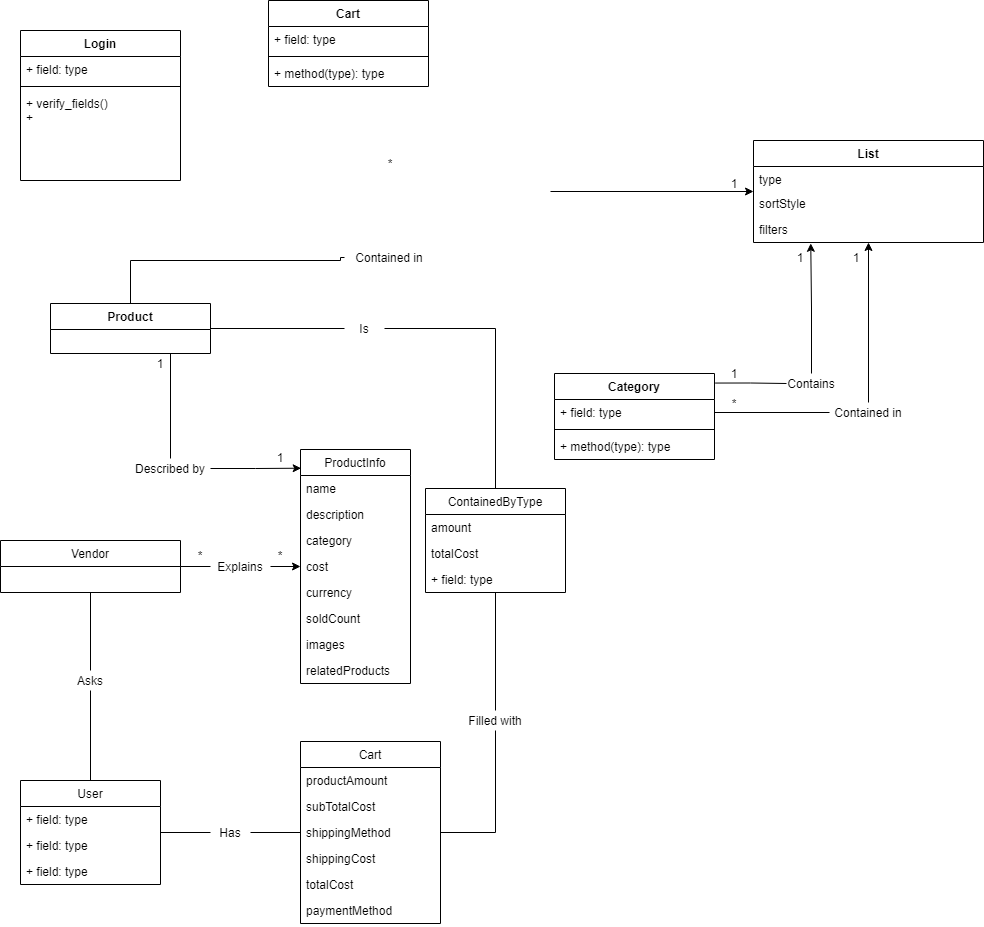
Before: Diagrama de clases Obligatorio.png, a diagram exported from draw.io (ezio815/obligatorio_jap). Source tidied: cells renumbered, new cells last; positions are measured from the earlier drawing's top-left corner, leaving out a move shared by most shapes.
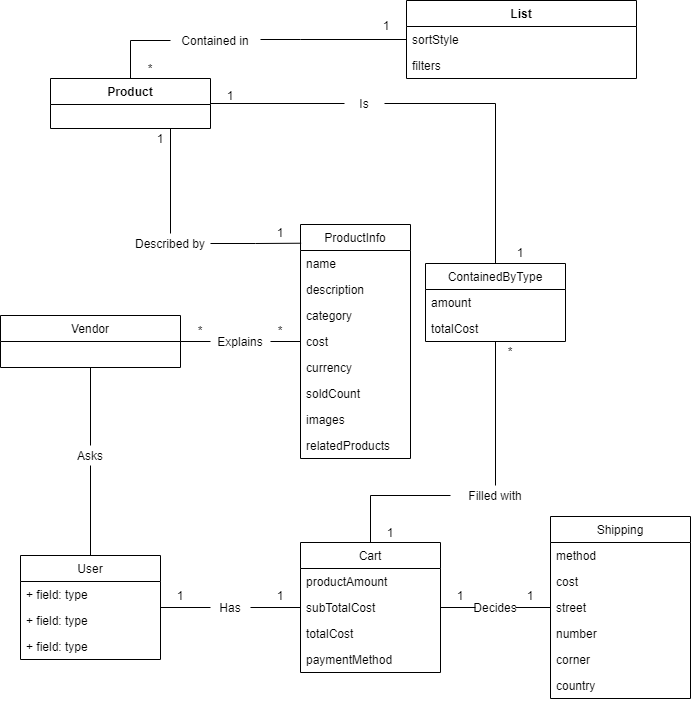
After the commit.

What changed in the source:
```diff
@@ -4,14 +4,9 @@
     <mxCell id="1" parent="0" />
-    <mxCell id="2" value="Login" style="swimlane;fontStyle=1;align=center;verticalAlign=top;horizontal=1;startSize=26;" parent="1" vertex="1">
-      <mxGeometry x="20" y="30" width="160" height="150" as="geometry" />
-    </mxCell>
-    <mxCell id="3" value="+ field: type" style="text;strokeColor=none;fillColor=none;align=left;verticalAlign=top;spacingLeft=4;spacingRight=4;overflow=hidden;" parent="2" vertex="1">
-      <mxGeometry y="26" width="160" height="26" as="geometry" />
-    </mxCell>
-    <mxCell id="4" style="line;strokeWidth=1;fillColor=none;align=left;verticalAlign=middle;spacingTop=-1;spacingLeft=3;spacingRight=3;labelPosition=right;" parent="2" vertex="1">
-      <mxGeometry y="52" width="160" height="8" as="geometry" />
-    </mxCell>
-    <mxCell id="5" value="+ verify_fields()&#10;+" style="text;strokeColor=none;fillColor=none;align=left;verticalAlign=top;spacingLeft=4;spacingRight=4;overflow=hidden;" parent="2" vertex="1">
-      <mxGeometry y="60" width="160" height="90" as="geometry" />
-    </mxCell>
+    <mxCell id="23" style="edgeStyle=orthogonalEdgeStyle;rounded=0;jettySize=auto;html=1;fontSize=12;endArrow=none;endFill=0;strokeColor=#000000;" parent="1" edge="1" source="6" target="22">
+      <mxGeometry relative="1" as="geometry">
+        <Array as="points">
+          <mxPoint x="130" y="265" />
+        </Array>
+      </mxGeometry>
+    </mxCell>
     <mxCell id="6" value="Product" style="swimlane;fontStyle=1;align=center;verticalAlign=top;horizontal=1;startSize=26;" parent="1" vertex="1">
@@ -20,37 +15,10 @@
     <mxCell id="7" value="List" style="swimlane;fontStyle=1;align=center;verticalAlign=top;horizontal=1;startSize=26;" parent="1" vertex="1">
-      <mxGeometry x="753" y="140" width="230" height="102" as="geometry" />
+      <mxGeometry x="406" y="225" width="230" height="78" as="geometry" />
     </mxCell>
-    <mxCell id="8" value="type" style="text;strokeColor=none;fillColor=none;align=left;verticalAlign=top;spacingLeft=4;spacingRight=4;overflow=hidden;" parent="7" vertex="1">
-      <mxGeometry y="26" width="230" height="24" as="geometry" />
-    </mxCell>
     <mxCell id="9" value="sortStyle" style="text;strokeColor=none;fillColor=none;align=left;verticalAlign=top;spacingLeft=4;spacingRight=4;overflow=hidden;fontSize=12;" parent="7" vertex="1">
-      <mxGeometry y="50" width="230" height="26" as="geometry" />
+      <mxGeometry y="26" width="230" height="26" as="geometry" />
     </mxCell>
     <mxCell id="10" value="filters" style="text;strokeColor=none;fillColor=none;align=left;verticalAlign=top;spacingLeft=4;spacingRight=4;overflow=hidden;points=[[0,0.5],[1,0.5]];portConstraint=eastwest;fontSize=12;" parent="7" vertex="1">
-      <mxGeometry y="76" width="230" height="26" as="geometry" />
+      <mxGeometry y="52" width="230" height="26" as="geometry" />
     </mxCell>
-    <mxCell id="11" value="Category" style="swimlane;fontStyle=1;align=center;verticalAlign=top;horizontal=1;startSize=26;" parent="1" vertex="1">
-      <mxGeometry x="554" y="373" width="160" height="86" as="geometry" />
-    </mxCell>
-    <mxCell id="12" value="+ field: type" style="text;strokeColor=none;fillColor=none;align=left;verticalAlign=top;spacingLeft=4;spacingRight=4;overflow=hidden;points=[[0,0.5],[1,0.5]];portConstraint=eastwest;" parent="11" vertex="1">
-      <mxGeometry y="26" width="160" height="26" as="geometry" />
-    </mxCell>
-    <mxCell id="13" style="line;strokeWidth=1;fillColor=none;align=left;verticalAlign=middle;spacingTop=-1;spacingLeft=3;spacingRight=3;labelPosition=right;" parent="11" vertex="1">
-      <mxGeometry y="52" width="160" height="8" as="geometry" />
-    </mxCell>
-    <mxCell id="14" value="+ method(type): type" style="text;strokeColor=none;fillColor=none;align=left;verticalAlign=top;spacingLeft=4;spacingRight=4;overflow=hidden;" parent="11" vertex="1">
-      <mxGeometry y="60" width="160" height="26" as="geometry" />
-    </mxCell>
-    <mxCell id="15" value="Cart" style="swimlane;fontStyle=1;align=center;verticalAlign=top;horizontal=1;startSize=26;" parent="1" vertex="1">
-      <mxGeometry x="268" width="160" height="86" as="geometry" />
-    </mxCell>
-    <mxCell id="16" value="+ field: type" style="text;strokeColor=none;fillColor=none;align=left;verticalAlign=top;spacingLeft=4;spacingRight=4;overflow=hidden;" parent="15" vertex="1">
-      <mxGeometry y="26" width="160" height="26" as="geometry" />
-    </mxCell>
-    <mxCell id="17" style="line;strokeWidth=1;fillColor=none;align=left;verticalAlign=middle;spacingTop=-1;spacingLeft=3;spacingRight=3;labelPosition=right;" parent="15" vertex="1">
-      <mxGeometry y="52" width="160" height="8" as="geometry" />
-    </mxCell>
-    <mxCell id="18" value="+ method(type): type" style="text;strokeColor=none;fillColor=none;align=left;verticalAlign=top;spacingLeft=4;spacingRight=4;overflow=hidden;" parent="15" vertex="1">
-      <mxGeometry y="60" width="160" height="26" as="geometry" />
-    </mxCell>
     <mxCell id="19" style="edgeStyle=orthogonalEdgeStyle;rounded=0;jettySize=auto;html=1;exitX=1;exitY=0.5;exitDx=0;exitDy=0;entryX=0;entryY=0.5;entryDx=0;entryDy=0;fontSize=12;endArrow=none;endFill=0;strokeColor=#000000;" parent="1" edge="1" source="20" target="51">
@@ -61,54 +29,19 @@
     </mxCell>
-    <mxCell id="21" style="edgeStyle=orthogonalEdgeStyle;rounded=0;jettySize=auto;html=1;exitX=1;exitY=0.5;exitDx=0;exitDy=0;startArrow=none;" parent="1" edge="1" target="7">
-      <mxGeometry relative="1" as="geometry">
-        <mxPoint x="550" y="191" as="sourcePoint" />
-      </mxGeometry>
-    </mxCell>
+    <mxCell id="81" style="edgeStyle=orthogonalEdgeStyle;rounded=0;jettySize=auto;html=1;fontSize=12;endArrow=none;endFill=0;strokeColor=#000000;" parent="1" edge="1" source="22" target="7">
+      <mxGeometry relative="1" as="geometry">
+        <Array as="points">
+          <mxPoint x="300" y="264" />
+          <mxPoint x="300" y="264" />
+        </Array>
+      </mxGeometry>
+    </mxCell>
     <mxCell id="22" value="Contained in" style="text;html=1;strokeColor=none;fillColor=none;align=center;verticalAlign=middle;whiteSpace=wrap;rounded=0;" parent="1" vertex="1">
-      <mxGeometry x="344" y="247" width="90" height="20" as="geometry" />
+      <mxGeometry x="170" y="255" width="90" height="20" as="geometry" />
     </mxCell>
-    <mxCell id="23" style="edgeStyle=orthogonalEdgeStyle;rounded=0;jettySize=auto;html=1;entryX=0;entryY=0.5;entryDx=0;entryDy=0;endArrow=none;" parent="1" edge="1" source="6" target="22">
-      <mxGeometry relative="1" as="geometry">
-        <Array as="points">
-          <mxPoint x="130" y="260" />
-          <mxPoint x="340" y="260" />
-        </Array>
-      </mxGeometry>
-    </mxCell>
     <mxCell id="24" value="*" style="text;html=1;strokeColor=none;fillColor=none;align=center;verticalAlign=middle;whiteSpace=wrap;rounded=0;fontSize=12;" parent="1" vertex="1">
-      <mxGeometry x="370" y="153" width="40" height="20" as="geometry" />
+      <mxGeometry x="130" y="283" width="40" height="20" as="geometry" />
     </mxCell>
     <mxCell id="25" value="1" style="text;html=1;strokeColor=none;fillColor=none;align=center;verticalAlign=middle;whiteSpace=wrap;rounded=0;fontSize=12;" parent="1" vertex="1">
-      <mxGeometry x="714" y="173" width="40" height="20" as="geometry" />
+      <mxGeometry x="366" y="240" width="40" height="20" as="geometry" />
     </mxCell>
-    <mxCell id="26" style="edgeStyle=orthogonalEdgeStyle;rounded=0;jettySize=auto;html=1;exitX=0.5;exitY=0;exitDx=0;exitDy=0;fontSize=12;endArrow=classic;endFill=1;strokeColor=#000000;" parent="1" edge="1" source="27" target="7">
-      <mxGeometry relative="1" as="geometry" />
-    </mxCell>
-    <mxCell id="27" value="Contained in" style="text;html=1;strokeColor=none;fillColor=none;align=center;verticalAlign=middle;whiteSpace=wrap;rounded=0;fontSize=12;" parent="1" vertex="1">
-      <mxGeometry x="829" y="402" width="78" height="20" as="geometry" />
-    </mxCell>
-    <mxCell id="28" style="edgeStyle=orthogonalEdgeStyle;rounded=0;jettySize=auto;html=1;exitX=1;exitY=0.5;exitDx=0;exitDy=0;entryX=0;entryY=0.5;entryDx=0;entryDy=0;fontSize=12;endArrow=none;" parent="1" edge="1" source="12" target="27">
-      <mxGeometry relative="1" as="geometry" />
-    </mxCell>
-    <mxCell id="29" style="edgeStyle=orthogonalEdgeStyle;rounded=0;jettySize=auto;html=1;exitX=0.5;exitY=0;exitDx=0;exitDy=0;entryX=0.249;entryY=1.032;entryDx=0;entryDy=0;entryPerimeter=0;fontSize=12;endArrow=classic;endFill=1;strokeColor=#000000;" parent="1" edge="1" source="30" target="10">
-      <mxGeometry relative="1" as="geometry" />
-    </mxCell>
-    <mxCell id="30" value="Contains" style="text;html=1;strokeColor=none;fillColor=none;align=center;verticalAlign=middle;whiteSpace=wrap;rounded=0;fontSize=12;" parent="1" vertex="1">
-      <mxGeometry x="786" y="373" width="50" height="20" as="geometry" />
-    </mxCell>
-    <mxCell id="31" style="edgeStyle=orthogonalEdgeStyle;rounded=0;jettySize=auto;html=1;exitX=1.004;exitY=0.111;exitDx=0;exitDy=0;fontSize=12;exitPerimeter=0;endArrow=none;entryX=0;entryY=0.5;entryDx=0;entryDy=0;" parent="1" edge="1" source="11" target="30">
-      <mxGeometry relative="1" as="geometry" />
-    </mxCell>
-    <mxCell id="32" value="1" style="text;html=1;strokeColor=none;fillColor=none;align=center;verticalAlign=middle;whiteSpace=wrap;rounded=0;fontSize=12;" parent="1" vertex="1">
-      <mxGeometry x="714" y="363" width="40" height="20" as="geometry" />
-    </mxCell>
-    <mxCell id="33" value="1" style="text;html=1;strokeColor=none;fillColor=none;align=center;verticalAlign=middle;whiteSpace=wrap;rounded=0;fontSize=12;" parent="1" vertex="1">
-      <mxGeometry x="836" y="247" width="40" height="20" as="geometry" />
-    </mxCell>
-    <mxCell id="34" value="*" style="text;html=1;strokeColor=none;fillColor=none;align=center;verticalAlign=middle;whiteSpace=wrap;rounded=0;fontSize=12;" parent="1" vertex="1">
-      <mxGeometry x="714" y="393" width="40" height="20" as="geometry" />
-    </mxCell>
-    <mxCell id="35" value="1" style="text;html=1;strokeColor=none;fillColor=none;align=center;verticalAlign=middle;whiteSpace=wrap;rounded=0;fontSize=12;" parent="1" vertex="1">
-      <mxGeometry x="780" y="247" width="40" height="20" as="geometry" />
-    </mxCell>
     <mxCell id="36" value="ProductInfo" style="swimlane;fontStyle=0;horizontal=1;startSize=26;fillColor=none;fontSize=12;" parent="1" vertex="1">
@@ -140,3 +73,3 @@
     </mxCell>
-    <mxCell id="45" style="edgeStyle=orthogonalEdgeStyle;rounded=0;jettySize=auto;html=1;entryX=0.006;entryY=0.08;entryDx=0;entryDy=0;entryPerimeter=0;fontSize=12;endArrow=classic;endFill=1;strokeColor=#000000;startArrow=none;exitX=1;exitY=0.5;exitDx=0;exitDy=0;" parent="1" edge="1" source="46" target="36">
+    <mxCell id="45" style="edgeStyle=orthogonalEdgeStyle;rounded=0;jettySize=auto;html=1;entryX=0.006;entryY=0.08;entryDx=0;entryDy=0;entryPerimeter=0;fontSize=12;endArrow=none;endFill=0;strokeColor=#000000;startArrow=none;exitX=1;exitY=0.5;exitDx=0;exitDy=0;" parent="1" edge="1" source="46" target="36">
       <mxGeometry relative="1" as="geometry" />
@@ -155,3 +88,3 @@
     </mxCell>
-    <mxCell id="50" style="edgeStyle=orthogonalEdgeStyle;rounded=0;jettySize=auto;html=1;exitX=1;exitY=0.5;exitDx=0;exitDy=0;fontSize=12;endArrow=classic;endFill=1;strokeColor=#000000;" parent="1" edge="1" source="51" target="36">
+    <mxCell id="50" style="edgeStyle=orthogonalEdgeStyle;rounded=0;jettySize=auto;html=1;exitX=1;exitY=0.5;exitDx=0;exitDy=0;fontSize=12;endArrow=none;endFill=0;strokeColor=#000000;" parent="1" edge="1" source="51" target="36">
       <mxGeometry relative="1" as="geometry" />
@@ -189,3 +122,3 @@
     <mxCell id="61" value="Cart" style="swimlane;fontStyle=0;horizontal=1;startSize=26;fillColor=none;fontSize=12;" parent="1" vertex="1">
-      <mxGeometry x="300" y="741" width="140" height="182" as="geometry" />
+      <mxGeometry x="300" y="767" width="140" height="130" as="geometry" />
     </mxCell>
@@ -197,13 +130,7 @@
     </mxCell>
-    <mxCell id="64" value="shippingMethod" style="text;strokeColor=none;fillColor=none;align=left;verticalAlign=top;spacingLeft=4;spacingRight=4;overflow=hidden;" parent="61" vertex="1">
-      <mxGeometry y="78" width="140" height="26" as="geometry" />
-    </mxCell>
-    <mxCell id="65" value="shippingCost" style="text;strokeColor=none;fillColor=none;align=left;verticalAlign=top;spacingLeft=4;spacingRight=4;overflow=hidden;" parent="61" vertex="1">
-      <mxGeometry y="104" width="140" height="26" as="geometry" />
-    </mxCell>
     <mxCell id="66" value="totalCost" style="text;strokeColor=none;fillColor=none;align=left;verticalAlign=top;spacingLeft=4;spacingRight=4;overflow=hidden;fontSize=12;" parent="61" vertex="1">
-      <mxGeometry y="130" width="140" height="26" as="geometry" />
+      <mxGeometry y="78" width="140" height="26" as="geometry" />
     </mxCell>
     <mxCell id="67" value="paymentMethod" style="text;strokeColor=none;fillColor=none;align=left;verticalAlign=top;spacingLeft=4;spacingRight=4;overflow=hidden;fontSize=12;" parent="61" vertex="1">
-      <mxGeometry y="156" width="140" height="26" as="geometry" />
+      <mxGeometry y="104" width="140" height="26" as="geometry" />
     </mxCell>
@@ -224,4 +151,8 @@
     </mxCell>
-    <mxCell id="73" style="edgeStyle=orthogonalEdgeStyle;rounded=0;jettySize=auto;html=1;fontSize=12;endArrow=none;endFill=0;strokeColor=#000000;" parent="1" edge="1" source="61" target="72">
-      <mxGeometry relative="1" as="geometry" />
+    <mxCell id="73" style="edgeStyle=orthogonalEdgeStyle;rounded=0;jettySize=auto;html=1;fontSize=12;endArrow=none;endFill=0;strokeColor=#000000;exitX=0.5;exitY=0;exitDx=0;exitDy=0;" parent="1" edge="1" source="61" target="72">
+      <mxGeometry relative="1" as="geometry">
+        <Array as="points">
+          <mxPoint x="370" y="720" />
+        </Array>
+      </mxGeometry>
     </mxCell>
@@ -231,3 +162,3 @@
     <mxCell id="75" value="ContainedByType" style="swimlane;fontStyle=0;horizontal=1;startSize=26;fillColor=none;fontSize=12;" parent="1" vertex="1">
-      <mxGeometry x="425" y="488" width="140" height="104" as="geometry" />
+      <mxGeometry x="425" y="488" width="140" height="78" as="geometry" />
     </mxCell>
@@ -239,5 +170,2 @@
     </mxCell>
-    <mxCell id="78" value="+ field: type" style="text;strokeColor=none;fillColor=none;align=left;verticalAlign=top;spacingLeft=4;spacingRight=4;overflow=hidden;" parent="75" vertex="1">
-      <mxGeometry y="78" width="140" height="26" as="geometry" />
-    </mxCell>
     <mxCell id="79" value="Is" style="text;html=1;strokeColor=none;fillColor=none;align=center;verticalAlign=middle;whiteSpace=wrap;rounded=0;fontSize=12;" parent="1" vertex="1">
@@ -252,2 +180,56 @@
     </mxCell>
+    <mxCell id="82" value="Shipping" style="swimlane;fontStyle=0;horizontal=1;startSize=26;fillColor=none;fontSize=12;" parent="1" vertex="1">
+      <mxGeometry x="550" y="741" width="140" height="182" as="geometry" />
+    </mxCell>
+    <mxCell id="83" value="method" style="text;strokeColor=none;fillColor=none;align=left;verticalAlign=top;spacingLeft=4;spacingRight=4;overflow=hidden;" parent="82" vertex="1">
+      <mxGeometry y="26" width="140" height="26" as="geometry" />
+    </mxCell>
+    <mxCell id="84" value="cost" style="text;strokeColor=none;fillColor=none;align=left;verticalAlign=top;spacingLeft=4;spacingRight=4;overflow=hidden;" parent="82" vertex="1">
+      <mxGeometry y="52" width="140" height="26" as="geometry" />
+    </mxCell>
+    <mxCell id="85" value="street" style="text;strokeColor=none;fillColor=none;align=left;verticalAlign=top;spacingLeft=4;spacingRight=4;overflow=hidden;" parent="82" vertex="1">
+      <mxGeometry y="78" width="140" height="26" as="geometry" />
+    </mxCell>
+    <mxCell id="86" value="number" style="text;strokeColor=none;fillColor=none;align=left;verticalAlign=top;spacingLeft=4;spacingRight=4;overflow=hidden;fontSize=12;" parent="82" vertex="1">
+      <mxGeometry y="104" width="140" height="26" as="geometry" />
+    </mxCell>
+    <mxCell id="87" value="corner" style="text;strokeColor=none;fillColor=none;align=left;verticalAlign=top;spacingLeft=4;spacingRight=4;overflow=hidden;fontSize=12;" parent="82" vertex="1">
+      <mxGeometry y="130" width="140" height="26" as="geometry" />
+    </mxCell>
+    <mxCell id="88" value="country" style="text;strokeColor=none;fillColor=none;align=left;verticalAlign=top;spacingLeft=4;spacingRight=4;overflow=hidden;fontSize=12;" parent="82" vertex="1">
+      <mxGeometry y="156" width="140" height="26" as="geometry" />
+    </mxCell>
+    <mxCell id="89" style="edgeStyle=orthogonalEdgeStyle;rounded=0;jettySize=auto;html=1;fontSize=12;endArrow=none;endFill=0;strokeColor=#000000;" parent="1" edge="1" source="90" target="82">
+      <mxGeometry relative="1" as="geometry" />
+    </mxCell>
+    <mxCell id="90" value="Decides" style="text;html=1;strokeColor=none;fillColor=none;align=center;verticalAlign=middle;whiteSpace=wrap;rounded=0;fontSize=12;" parent="1" vertex="1">
+      <mxGeometry x="475" y="822" width="40" height="20" as="geometry" />
+    </mxCell>
+    <mxCell id="91" style="edgeStyle=orthogonalEdgeStyle;rounded=0;jettySize=auto;html=1;fontSize=12;endArrow=none;endFill=0;strokeColor=#000000;" parent="1" edge="1" source="61" target="90">
+      <mxGeometry relative="1" as="geometry" />
+    </mxCell>
+    <mxCell id="34" value="*" style="text;html=1;strokeColor=none;fillColor=none;align=center;verticalAlign=middle;whiteSpace=wrap;rounded=0;fontSize=12;" parent="1" vertex="1">
+      <mxGeometry x="490" y="566" width="40" height="20" as="geometry" />
+    </mxCell>
+    <mxCell id="92" value="1" style="text;html=1;strokeColor=none;fillColor=none;align=center;verticalAlign=middle;whiteSpace=wrap;rounded=0;fontSize=12;" parent="1" vertex="1">
+      <mxGeometry x="370" y="747" width="40" height="20" as="geometry" />
+    </mxCell>
+    <mxCell id="93" value="1" style="text;html=1;strokeColor=none;fillColor=none;align=center;verticalAlign=middle;whiteSpace=wrap;rounded=0;fontSize=12;" parent="1" vertex="1">
+      <mxGeometry x="440" y="810" width="40" height="20" as="geometry" />
+    </mxCell>
+    <mxCell id="94" value="1" style="text;html=1;strokeColor=none;fillColor=none;align=center;verticalAlign=middle;whiteSpace=wrap;rounded=0;fontSize=12;" parent="1" vertex="1">
+      <mxGeometry x="510" y="810" width="40" height="20" as="geometry" />
+    </mxCell>
+    <mxCell id="95" value="1" style="text;html=1;strokeColor=none;fillColor=none;align=center;verticalAlign=middle;whiteSpace=wrap;rounded=0;fontSize=12;" parent="1" vertex="1">
+      <mxGeometry x="160" y="810" width="40" height="20" as="geometry" />
+    </mxCell>
+    <mxCell id="96" value="1" style="text;html=1;strokeColor=none;fillColor=none;align=center;verticalAlign=middle;whiteSpace=wrap;rounded=0;fontSize=12;" parent="1" vertex="1">
+      <mxGeometry x="260" y="810" width="40" height="20" as="geometry" />
+    </mxCell>
+    <mxCell id="97" value="1" style="text;html=1;strokeColor=none;fillColor=none;align=center;verticalAlign=middle;whiteSpace=wrap;rounded=0;fontSize=12;" parent="1" vertex="1">
+      <mxGeometry x="210" y="310" width="40" height="20" as="geometry" />
+    </mxCell>
+    <mxCell id="98" value="1" style="text;html=1;strokeColor=none;fillColor=none;align=center;verticalAlign=middle;whiteSpace=wrap;rounded=0;fontSize=12;" parent="1" vertex="1">
+      <mxGeometry x="500" y="467" width="40" height="20" as="geometry" />
+    </mxCell>
   </root>
```
